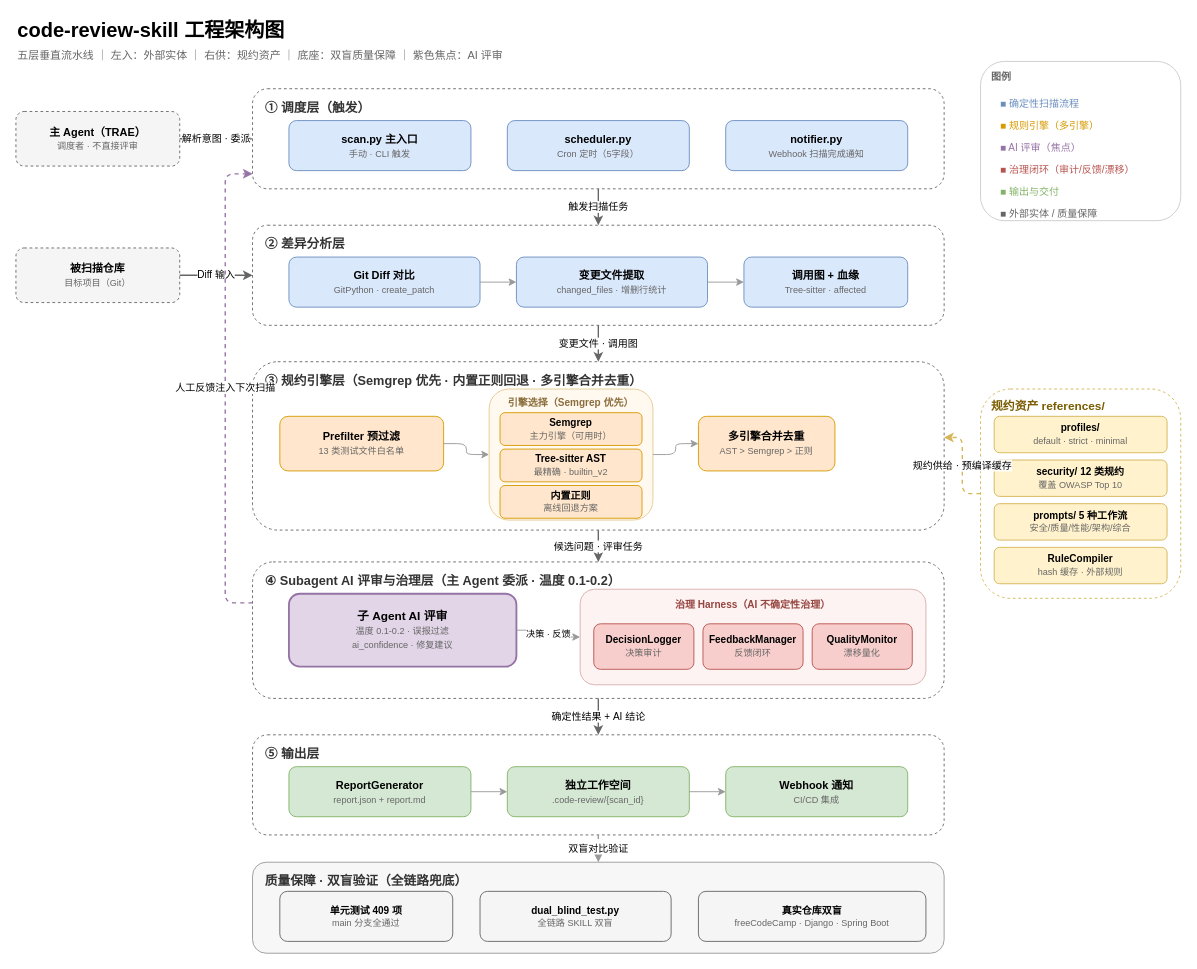
Before: docs/diagrams/工程架构图.drawio in christinkaka/code-review-skill, a draw.io diagram. Source tidied: cells renumbered, new cells numbered last; positions are measured from the earlier drawing's top-left corner, leaving out a move shared by most shapes. Both pictures are drawn from the tidied source at 91%, with x=0, y=0 at pixel (15, 15).
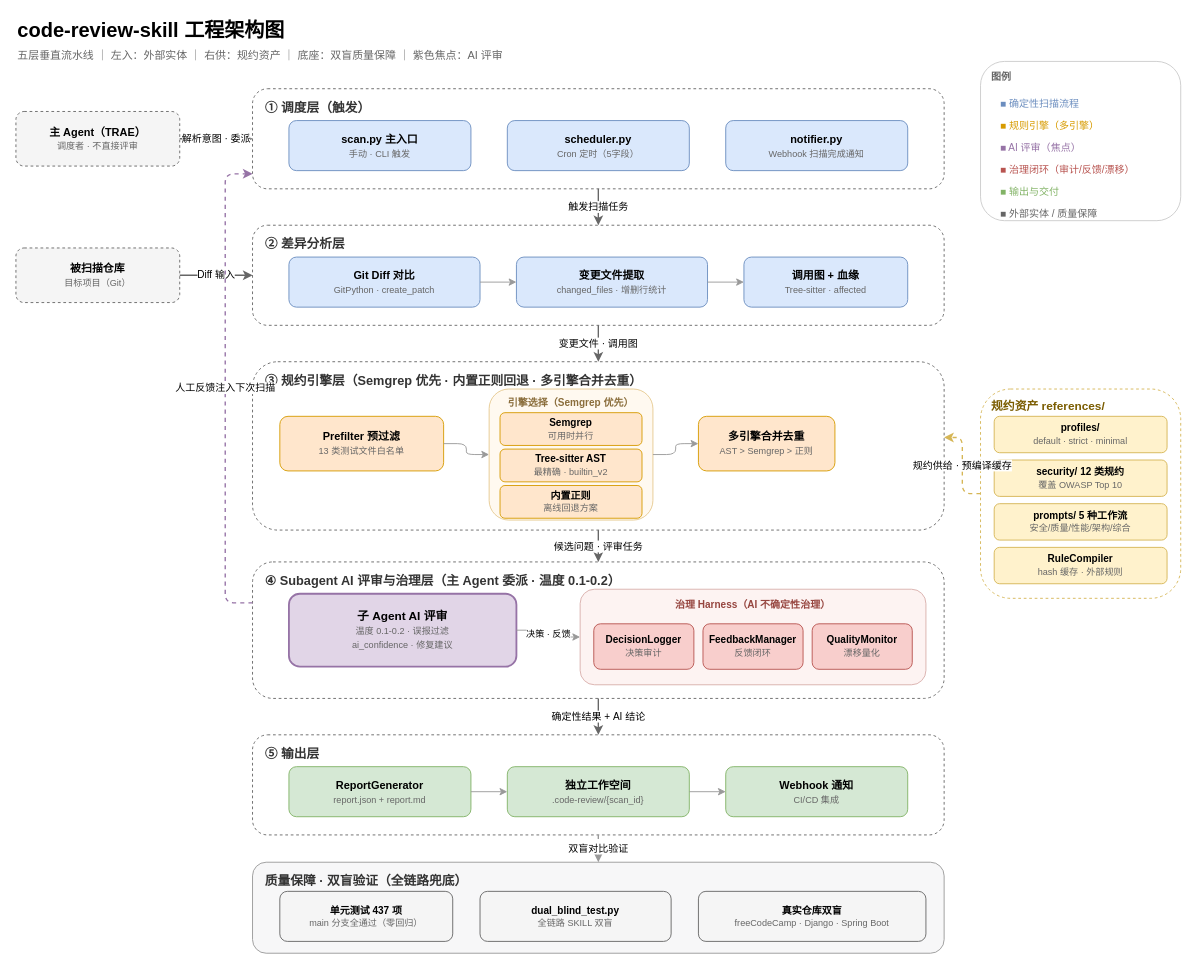
Above is the later version.

Commit message:
docs: 架构图与实现对齐（437 测试 / 三引擎策略精确化）

What changed in the source:
```diff
@@
-    <mxCell id="19" value="&lt;b&gt;Semgrep&lt;/b&gt;&lt;br/&gt;&lt;font style=&quot;font-size:10px&quot; color=&quot;#666666&quot;&gt;主力引擎（可用时）&lt;/font&gt;" style="rounded=1;whiteSpace=wrap;html=1;fillColor=#ffe6cc;strokeColor=#d79b00;fontSize=11;" parent="1" vertex="1">
+    <mxCell id="19" value="&lt;b&gt;Semgrep&lt;/b&gt;&lt;br/&gt;&lt;font style=&quot;font-size:10px&quot; color=&quot;#666666&quot;&gt;可用时并行&lt;/font&gt;" style="rounded=1;whiteSpace=wrap;html=1;fillColor=#ffe6cc;strokeColor=#d79b00;fontSize=11;" parent="1" vertex="1">
       <mxGeometry x="532" y="436" width="156" height="36" as="geometry" />
     </mxCell>
@@
-    <mxCell id="30" value="&lt;b&gt;单元测试 409 项&lt;/b&gt;&lt;br/&gt;&lt;font style=&quot;font-size:10px&quot; color=&quot;#666666&quot;&gt;main 分支全通过&lt;/font&gt;" style="rounded=1;whiteSpace=wrap;html=1;fillColor=#f5f5f5;strokeColor=#666666;fontSize=11;" parent="1" vertex="1">
+    <mxCell id="30" value="&lt;b&gt;单元测试 437 项&lt;/b&gt;&lt;br/&gt;&lt;font style=&quot;font-size:10px&quot; color=&quot;#666666&quot;&gt;main 分支全通过（零回归）&lt;/font&gt;" style="rounded=1;whiteSpace=wrap;html=1;fillColor=#f5f5f5;strokeColor=#666666;fontSize=11;" parent="1" vertex="1">
       <mxGeometry x="290" y="962" width="190" height="55" as="geometry" />
     </mxCell>
```
